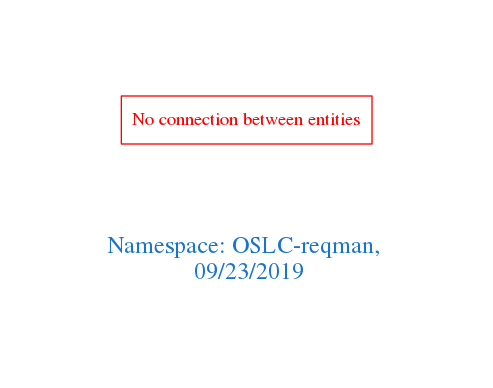
arago/OGIT keeps this Graphviz diagram as downloads/OSLC-reqman.png. Above is the earlier version. Its source is kept beside it as downloads/OSLC-reqman.dot.
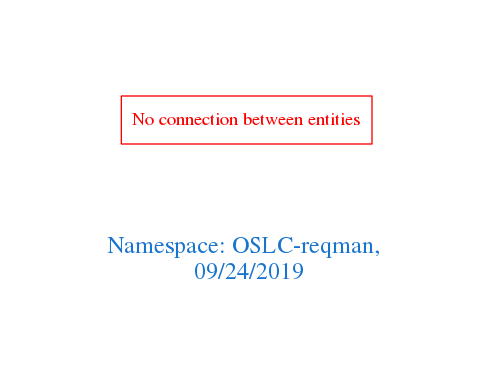
After the commit.

Diff of the diagram source:
```diff
@@ -1,7 +1,7 @@
 digraph OGIT_ontology {
  graph [ rankdir= LR,pad=1
 fontsize = 18,
-fontcolor= dodgerblue3,label = "\n\n\nNamespace: OSLC-reqman, \n 09/23/2019"];
+fontcolor= dodgerblue3,label = "\n\n\nNamespace: OSLC-reqman, \n 09/24/2019"];
 node[shape=polygon];
 edge [  color="gray81"];
 
```
